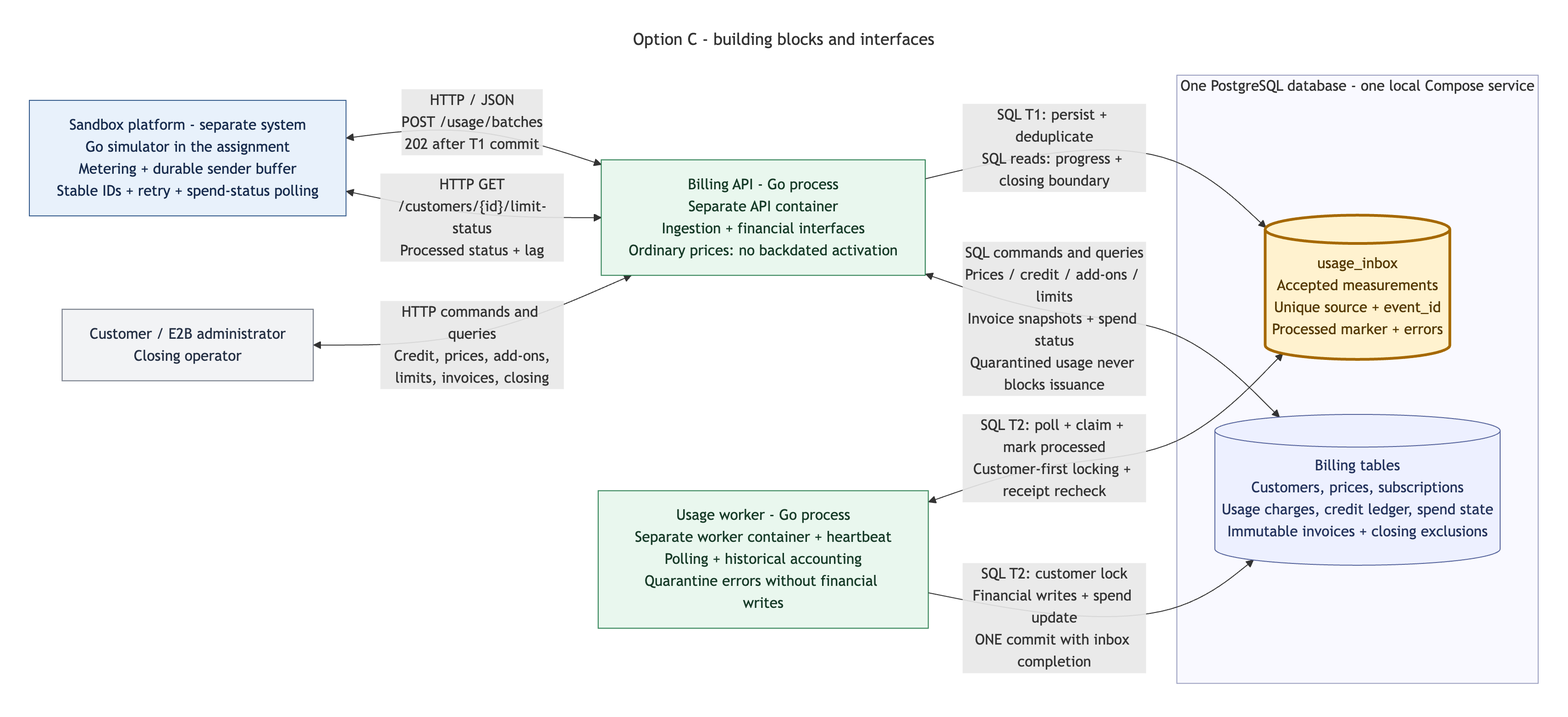
Before: docs/diagrams/option-c-components/option-c-components.png, a diagram exported from Mermaid (pupitooo/e2b-billing-api). Its source is kept beside it as docs/diagrams/option-c-components/option-c-components.mmd.
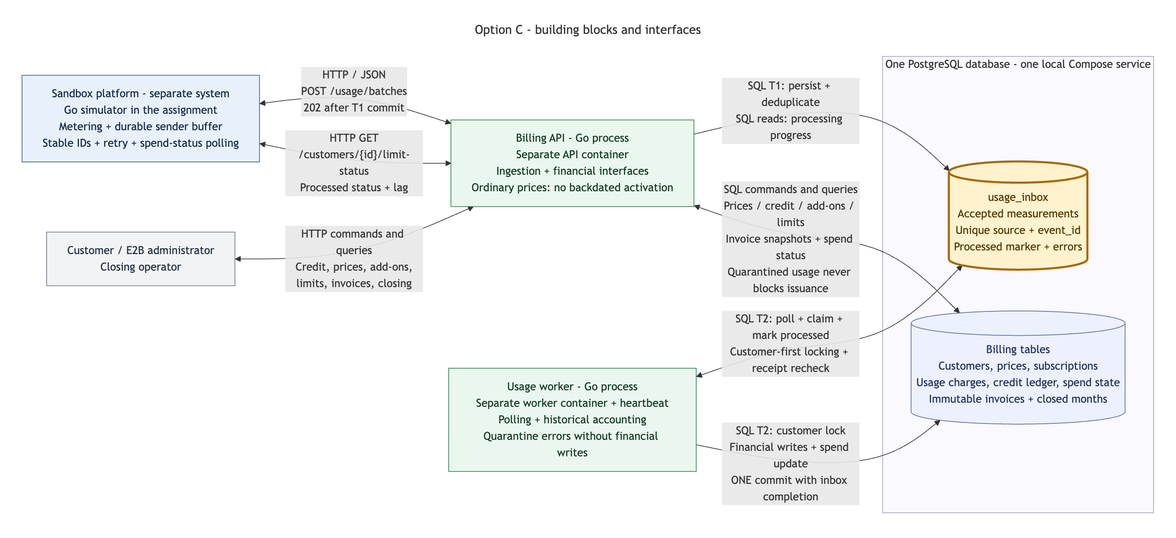
The same file after the commit.

What changed in the source:
```diff
@@ -15,14 +15,14 @@
 
     subgraph database["One PostgreSQL database - one local Compose service"]
         inbox[("usage_inbox<br/>Accepted measurements<br/>Unique source + event_id<br/>Processed marker + errors")]
-        accounting[("Billing tables<br/>Customers, prices, subscriptions<br/>Usage charges, credit ledger, spend state<br/>Immutable invoices + closing exclusions")]
+        accounting[("Billing tables<br/>Customers, prices, subscriptions<br/>Usage charges, credit ledger, spend state<br/>Immutable invoices + closed months")]
     end
 
     platform <-->|"HTTP / JSON<br/>POST /usage/batches<br/>202 after T1 commit"| api
     platform <-->|"HTTP GET<br/>/customers/{id}/limit-status<br/>Processed status + lag"| api
     callers <-->|"HTTP commands and queries<br/>Credit, prices, add-ons,<br/>limits, invoices, closing"| api
 
-    api -->|"SQL T1: persist + deduplicate<br/>SQL reads: progress + closing boundary"| inbox
+    api -->|"SQL T1: persist + deduplicate<br/>SQL reads: processing progress"| inbox
     worker <-->|"SQL T2: poll + claim + mark processed<br/>Customer-first locking + receipt recheck"| inbox
     worker -->|"SQL T2: customer lock<br/>Financial writes + spend update<br/>ONE commit with inbox completion"| accounting
     api <-->|"SQL commands and queries<br/>Prices / credit / add-ons / limits<br/>Invoice snapshots + spend status<br/>Quarantined usage never blocks issuance"| accounting
```
